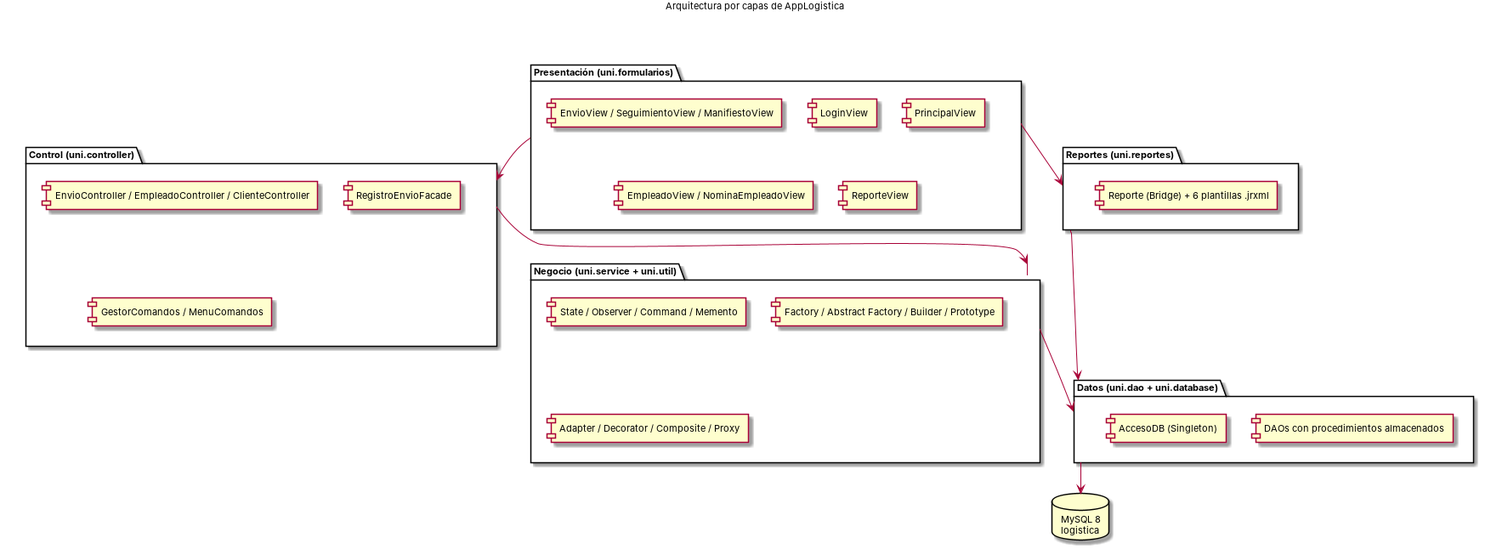
Before: diagramas/arquitectura_capas.png, a diagram exported from PlantUML (alexandra585/PlataformaLogistica_Patrones). Its source is kept beside it as diagramas/arquitectura_capas.puml. Source of this version:
```plantuml
@startuml arquitectura_capas
skinparam defaultFontSize 11
skinparam packageStyle rectangle
title Arquitectura por capas de AppLogistica

package "Presentación (uni.formularios)" as P {
  [LoginView]
  [PrincipalView]
  [EnvioView / SeguimientoView / ManifiestoView]
  [EmpleadoView / NominaEmpleadoView]
  [ReporteView]
}
package "Control (uni.controller)" as C {
  [EnvioController / EmpleadoController / ClienteController]
  [RegistroEnvioFacade]
  [GestorComandos / MenuComandos]
}
package "Negocio (uni.service + uni.util)" as N {
  [State / Observer / Command / Memento]
  [Factory / Abstract Factory / Builder / Prototype]
  [Adapter / Decorator / Composite / Proxy]
}
package "Reportes (uni.reportes)" as R {
  [Reporte (Bridge) + 6 plantillas .jrxml]
}
package "Datos (uni.dao + uni.database)" as D {
  [DAOs con procedimientos almacenados]
  [AccesoDB (Singleton)]
}
database "MySQL 8\nlogistica" as DB
P --> C
C --> N
P --> R
R --> D
N --> D
D --> DB
@enduml
```
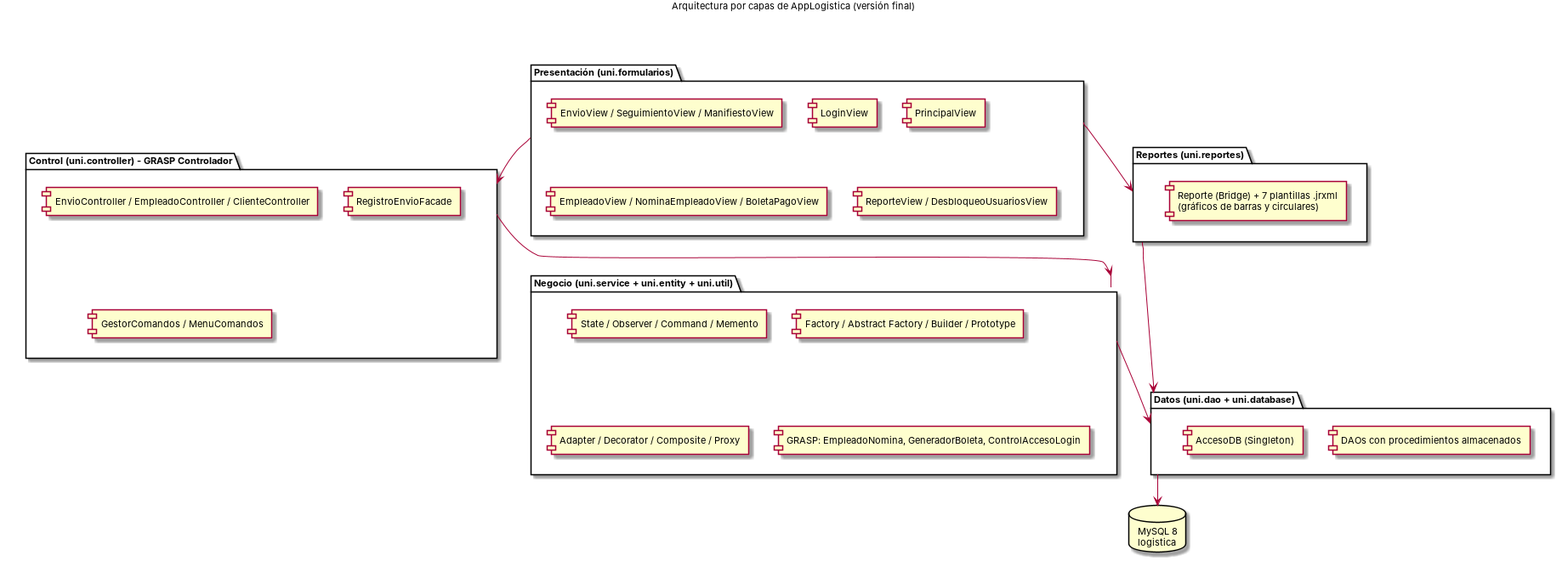
Later version of the same file.

The edit, as a diff of the source:
```diff
@@ -1,27 +1,28 @@
 @startuml arquitectura_capas
 skinparam defaultFontSize 11
 skinparam packageStyle rectangle
-title Arquitectura por capas de AppLogistica
+title Arquitectura por capas de AppLogistica (versión final)
 
 package "Presentación (uni.formularios)" as P {
   [LoginView]
   [PrincipalView]
   [EnvioView / SeguimientoView / ManifiestoView]
-  [EmpleadoView / NominaEmpleadoView]
-  [ReporteView]
+  [EmpleadoView / NominaEmpleadoView / BoletaPagoView]
+  [ReporteView / DesbloqueoUsuariosView]
 }
-package "Control (uni.controller)" as C {
+package "Control (uni.controller) - GRASP Controlador" as C {
   [EnvioController / EmpleadoController / ClienteController]
   [RegistroEnvioFacade]
   [GestorComandos / MenuComandos]
 }
-package "Negocio (uni.service + uni.util)" as N {
+package "Negocio (uni.service + uni.entity + uni.util)" as N {
   [State / Observer / Command / Memento]
   [Factory / Abstract Factory / Builder / Prototype]
   [Adapter / Decorator / Composite / Proxy]
+  [GRASP: EmpleadoNomina, GeneradorBoleta, ControlAccesoLogin]
 }
 package "Reportes (uni.reportes)" as R {
-  [Reporte (Bridge) + 6 plantillas .jrxml]
+  [Reporte (Bridge) + 7 plantillas .jrxml\n(gráficos de barras y circulares)]
 }
 package "Datos (uni.dao + uni.database)" as D {
   [DAOs con procedimientos almacenados]
```
